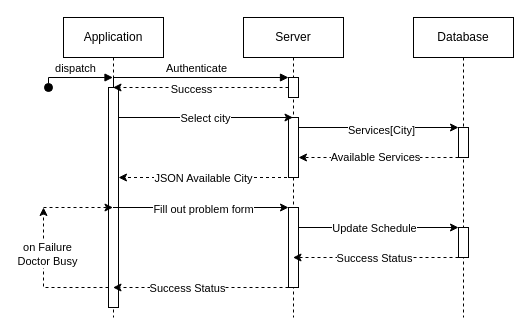
singhvedant/DrAppointApp keeps this draw.io diagram as Untitled Diagram.drawio. Above is the earlier version. Source tidied: cells renumbered, new cells numbered last; positions are measured from the earlier drawing's top-left corner, leaving out a move shared by most shapes. Both pictures are drawn from the tidied source at 100%, with x=0, y=0 at pixel (43, 17).
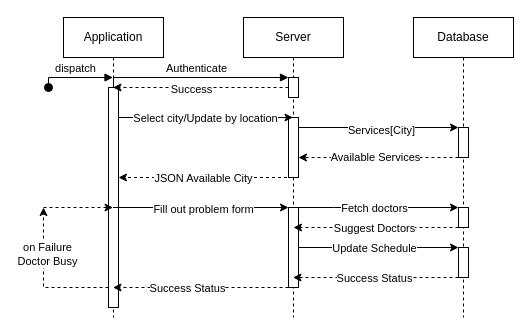
The same page after the edit.

Commit message:
Flow Diagram

The change refers to these unchanged cells:
```xml
<mxCell id="10" value="Server" style="shape=umlLifeline;perimeter=lifelinePerimeter;whiteSpace=wrap;html=1;outlineConnect=0;portConstraint=eastwest;newEdgeStyle={&quot;edgeStyle&quot;:&quot;elbowEdgeStyle&quot;,&quot;elbow&quot;:&quot;vertical&quot;,&quot;curved&quot;:0,&quot;rounded&quot;:0};" parent="1" vertex="1">
  <mxGeometry x="200" width="100" height="300" as="geometry" />
</mxCell>
<mxCell id="13" style="html=1;points=[];perimeter=orthogonalPerimeter;outlineConnect=0;targetShapes=umlLifeline;portConstraint=eastwest;newEdgeStyle={&quot;edgeStyle&quot;:&quot;elbowEdgeStyle&quot;,&quot;elbow&quot;:&quot;vertical&quot;,&quot;curved&quot;:0,&quot;rounded&quot;:0};" parent="10" vertex="1">
  <mxGeometry x="45" y="190" width="10" height="80" as="geometry" />
</mxCell>
<mxCell id="15" value="Database" style="shape=umlLifeline;perimeter=lifelinePerimeter;whiteSpace=wrap;html=1;outlineConnect=0;portConstraint=eastwest;newEdgeStyle={&quot;edgeStyle&quot;:&quot;elbowEdgeStyle&quot;,&quot;elbow&quot;:&quot;vertical&quot;,&quot;curved&quot;:0,&quot;rounded&quot;:0};" parent="1" vertex="1">
  <mxGeometry x="370" width="100" height="300" as="geometry" />
</mxCell>
<mxCell id="19" style="edgeStyle=elbowEdgeStyle;rounded=0;jettySize=auto;html=1;elbow=vertical;curved=0;" parent="1" edge="1" source="6" target="10">
  <mxGeometry relative="1" as="geometry">
    <Array as="points">
      <mxPoint x="150" y="100" />
    </Array>
  </mxGeometry>
</mxCell>
```

Change to the diagram source:
```diff
@@
+    <mxCell id="36" style="edgeStyle=elbowEdgeStyle;rounded=0;jettySize=auto;html=1;elbow=vertical;curved=0;dashed=1;" parent="15" edge="1" source="40">
+      <mxGeometry relative="1" as="geometry">
+        <mxPoint x="-120" y="210" as="targetPoint" />
+        <Array as="points">
+          <mxPoint x="-80" y="210" />
+          <mxPoint x="-80" y="220" />
+          <mxPoint x="-80" y="230" />
+          <mxPoint x="-12" y="200" />
+        </Array>
+      </mxGeometry>
+    </mxCell>
+    <mxCell id="37" value="Suggest Doctors" style="edgeLabel;html=1;align=center;verticalAlign=middle;" parent="36" vertex="1">
+      <mxGeometry x="0.22" relative="1" as="geometry">
+        <mxPoint x="16" as="offset" />
+      </mxGeometry>
+    </mxCell>
+    <mxCell id="38" style="edgeStyle=elbowEdgeStyle;rounded=0;orthogonalLoop=1;jettySize=auto;html=1;elbow=vertical;curved=0;" parent="15" edge="1">
+      <mxGeometry relative="1" as="geometry">
+        <mxPoint x="-115" y="190" as="sourcePoint" />
+        <mxPoint x="45" y="190" as="targetPoint" />
+        <Array as="points">
+          <mxPoint x="-80" y="190" />
+          <mxPoint x="-30" y="170" />
+        </Array>
+      </mxGeometry>
+    </mxCell>
+    <mxCell id="39" value="Fetch doctors" style="edgeLabel;html=1;align=center;verticalAlign=middle;" parent="38" vertex="1">
+      <mxGeometry x="-0.31" y="-3" relative="1" as="geometry">
+        <mxPoint x="20" y="-3" as="offset" />
+      </mxGeometry>
+    </mxCell>
+    <mxCell id="40" style="html=1;points=[];perimeter=orthogonalPerimeter;outlineConnect=0;targetShapes=umlLifeline;portConstraint=eastwest;newEdgeStyle={&quot;edgeStyle&quot;:&quot;elbowEdgeStyle&quot;,&quot;elbow&quot;:&quot;vertical&quot;,&quot;curved&quot;:0,&quot;rounded&quot;:0};" parent="15" vertex="1">
+      <mxGeometry x="45" y="190" width="10" height="20" as="geometry" />
+    </mxCell>
@@
-    <mxCell id="20" value="Select city" style="edgeLabel;html=1;align=center;verticalAlign=middle;" parent="19" vertex="1">
+    <mxCell id="20" value="Select city/Update by location" style="edgeLabel;html=1;align=center;verticalAlign=middle;" parent="19" vertex="1">
       <mxGeometry x="0.2" y="-2" relative="1" as="geometry">
         <mxPoint x="-19" y="-2" as="offset" />
       </mxGeometry>
     </mxCell>
@@
     <mxCell id="28" style="edgeStyle=elbowEdgeStyle;rounded=0;jettySize=auto;html=1;elbow=vertical;curved=0;dashed=1;" parent="1" edge="1" source="30" target="10">
       <mxGeometry relative="1" as="geometry">
         <Array as="points">
+          <mxPoint x="380" y="260" />
+          <mxPoint x="290" y="260" />
+          <mxPoint x="290" y="270" />
           <mxPoint x="358" y="240" />
         </Array>
       </mxGeometry>
     </mxCell>
@@
     <mxCell id="30" style="html=1;points=[];perimeter=orthogonalPerimeter;outlineConnect=0;targetShapes=umlLifeline;portConstraint=eastwest;newEdgeStyle={&quot;edgeStyle&quot;:&quot;elbowEdgeStyle&quot;,&quot;elbow&quot;:&quot;vertical&quot;,&quot;curved&quot;:0,&quot;rounded&quot;:0};" parent="1" vertex="1">
-      <mxGeometry x="415" y="210" width="10" height="30" as="geometry" />
+      <mxGeometry x="415" y="230" width="10" height="30" as="geometry" />
     </mxCell>
     <mxCell id="31" style="edgeStyle=elbowEdgeStyle;rounded=0;jettySize=auto;html=1;elbow=vertical;curved=0;" parent="1" edge="1" source="13" target="30">
       <mxGeometry relative="1" as="geometry">
         <Array as="points">
+          <mxPoint x="290" y="230" />
           <mxPoint x="340" y="210" />
         </Array>
       </mxGeometry>
     </mxCell>
@@
+    <mxCell id="41" style="html=1;perimeter=orthogonalPerimeter;targetShapes=umlLifeline;newEdgeStyle={&quot;edgeStyle&quot;:&quot;elbowEdgeStyle&quot;,&quot;elbow&quot;:&quot;vertical&quot;,&quot;curved&quot;:0,&quot;rounded&quot;:0};" parent="1" vertex="1">
+      <mxGeometry x="415" y="230" width="10" height="30" as="geometry" />
+    </mxCell>
```
